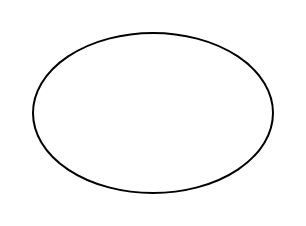
tempestwin/bulletin keeps this draw.io diagram as page "Page-2" (2 of 2) of docs/assets/drawio/public-ip.drawio. Above is the earlier version. Source tidied: cells renumbered, new cells numbered last; positions are measured from the earlier drawing's top-left corner, leaving out a move shared by most shapes. Both pictures are drawn from the tidied source at 200%, with x=0, y=0 at pixel (32, 32).
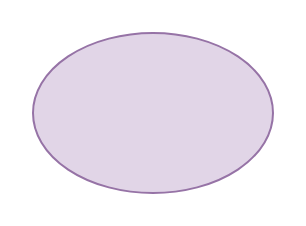
Above is the later version.

Diff of the diagram source:
```diff
@@
 <mxGraphModel>
   <root>
     <mxCell id="0" />
     <mxCell id="1" parent="0" />
-    <mxCell id="2" style="ellipse;whiteSpace=wrap;html=1;" parent="1" vertex="1">
+    <mxCell id="2" style="ellipse;whiteSpace=wrap;html=1;fillColor=#e1d5e7;strokeColor=#9673a6;" parent="1" vertex="1">
       <mxGeometry width="120" height="80" as="geometry" />
     </mxCell>
   </root>
 </mxGraphModel>
```
